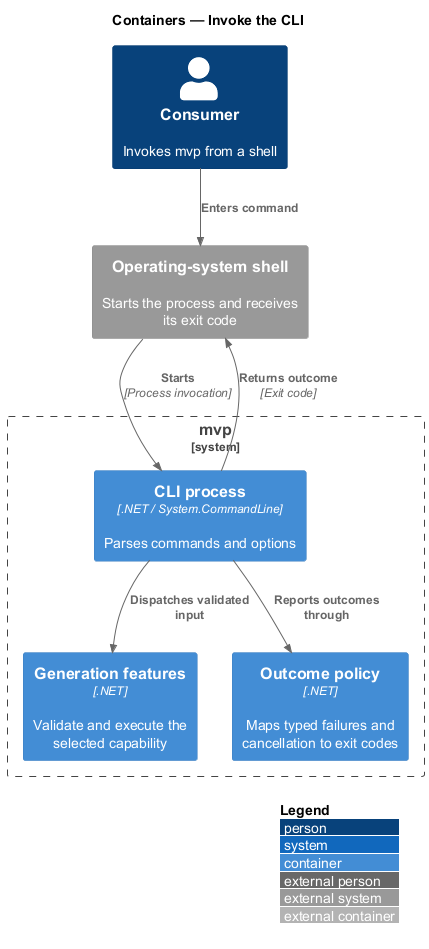
Above: docs/detailed-designs/command-line/invoke-the-cli/diagrams/c4-container.png in QuinntyneBrown/mvp (PlantUML), before the change. Its diagram source:
```plantuml
@startuml
!include <C4/C4_Container>
LAYOUT_WITH_LEGEND()
title Containers — Invoke the CLI

Person(consumer, "Consumer", "Invokes mvp from a shell")
System_Boundary(mvp, "mvp") {
  Container(cli, "CLI process", ".NET / System.CommandLine", "Parses commands and options")
  Container(services, "Generation features", ".NET", "Validate and execute the selected capability")
  Container(policy, "Outcome policy", ".NET", "Maps typed failures and cancellation to exit codes")
}
System_Ext(shell, "Operating-system shell", "Starts the process and receives its exit code")

Rel(consumer, shell, "Enters command")
Rel(shell, cli, "Starts", "Process invocation")
Rel(cli, services, "Dispatches validated input")
Rel(cli, policy, "Reports outcomes through")
Rel(cli, shell, "Returns outcome", "Exit code")
@enduml
```
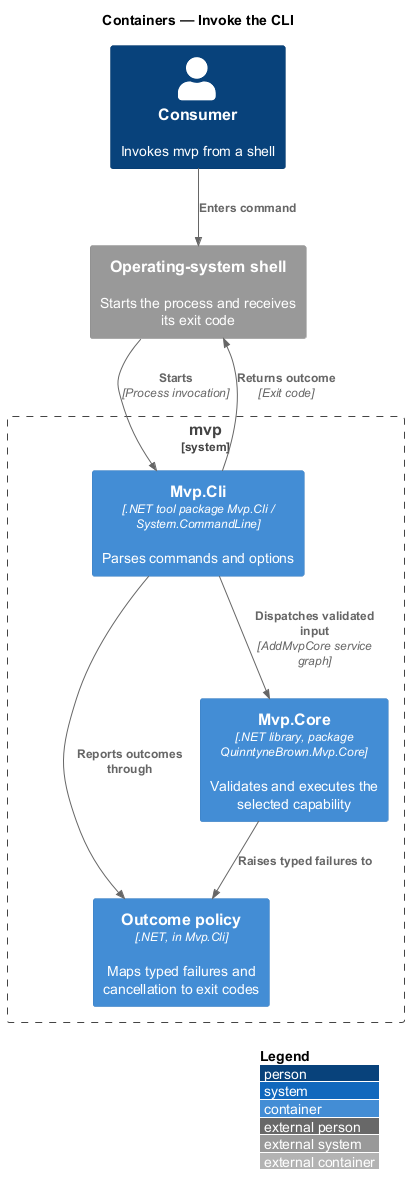
The same file after the commit.

Diff of the diagram source:
```diff
@@ -5,15 +5,16 @@
 
 Person(consumer, "Consumer", "Invokes mvp from a shell")
 System_Boundary(mvp, "mvp") {
-  Container(cli, "CLI process", ".NET / System.CommandLine", "Parses commands and options")
-  Container(services, "Generation features", ".NET", "Validate and execute the selected capability")
-  Container(policy, "Outcome policy", ".NET", "Maps typed failures and cancellation to exit codes")
+  Container(cli, "Mvp.Cli", ".NET tool package Mvp.Cli / System.CommandLine", "Parses commands and options")
+  Container(policy, "Outcome policy", ".NET, in Mvp.Cli", "Maps typed failures and cancellation to exit codes")
+  Container(engine, "Mvp.Core", ".NET library, package QuinntyneBrown.Mvp.Core", "Validates and executes the selected capability")
 }
 System_Ext(shell, "Operating-system shell", "Starts the process and receives its exit code")
 
 Rel(consumer, shell, "Enters command")
 Rel(shell, cli, "Starts", "Process invocation")
-Rel(cli, services, "Dispatches validated input")
+Rel(cli, engine, "Dispatches validated input", "AddMvpCore service graph")
 Rel(cli, policy, "Reports outcomes through")
+Rel(engine, policy, "Raises typed failures to")
 Rel(cli, shell, "Returns outcome", "Exit code")
 @enduml
```
